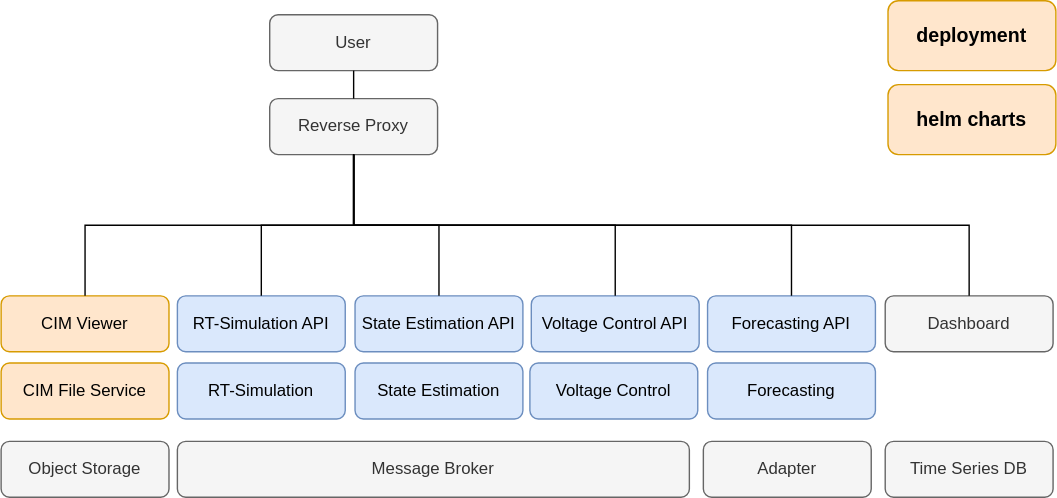
The draw.io diagram static/architecture.svg in sogno-platform/sogno-platform.github.io, before a commit. Source tidied: cells renumbered, new cells last; positions are measured from the earlier drawing's top-left corner, leaving out a move shared by most shapes.
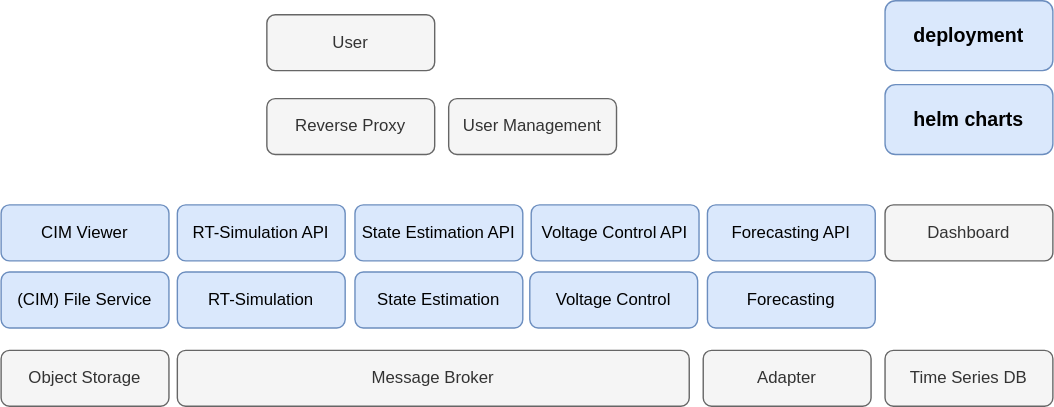
After the commit.

Commit message:
update architecture diagrams

What changed in the source:
```diff
@@ -8,16 +8,16 @@
     <mxCell id="3" value="&lt;a href=&quot;https://github.com/sogno-platform/dpsim-api&quot;&gt;RT-Simulation API&lt;/a&gt;" style="rounded=1;whiteSpace=wrap;html=1;fillColor=#dae8fc;strokeColor=#6c8ebf;" parent="1" vertex="1">
       <mxGeometry x="126" y="211" width="120" height="40" as="geometry" />
     </mxCell>
-    <mxCell id="4" value="&lt;a href=&quot;https://github.com/sogno-platform/pyvolt-service&quot;&gt;State Estimation API&lt;/a&gt;" style="rounded=1;whiteSpace=wrap;html=1;fillColor=#dae8fc;strokeColor=#6c8ebf;" parent="1" vertex="1">
+    <mxCell id="4" value="&lt;a href=&quot;https://github.com/sogno-platform/state-estimation-api&quot;&gt;State Estimation API&lt;/a&gt;" style="rounded=1;whiteSpace=wrap;html=1;fillColor=#dae8fc;strokeColor=#6c8ebf;" parent="1" vertex="1">
       <mxGeometry x="253" y="211" width="120" height="40" as="geometry" />
     </mxCell>
     <mxCell id="5" value="&lt;a href=&quot;https://github.com/sogno-platform/pyvolt&quot;&gt;State Estimation&lt;/a&gt;" style="rounded=1;whiteSpace=wrap;html=1;fillColor=#dae8fc;strokeColor=#6c8ebf;" parent="1" vertex="1">
       <mxGeometry x="253" y="259" width="120" height="40" as="geometry" />
     </mxCell>
-    <mxCell id="6" value="&lt;a href=&quot;https://github.com/sogno-platform/sogno-file-service&quot;&gt;CIM File Service&lt;/a&gt;" style="rounded=1;whiteSpace=wrap;html=1;fillColor=#ffe6cc;strokeColor=#d79b00;" parent="1" vertex="1">
+    <mxCell id="6" value="&lt;a href=&quot;https://github.com/sogno-platform/sogno-file-service&quot;&gt;(CIM) File Service&lt;/a&gt;" style="rounded=1;whiteSpace=wrap;html=1;fillColor=#dae8fc;strokeColor=#6c8ebf;" parent="1" vertex="1">
       <mxGeometry y="259" width="120" height="40" as="geometry" />
     </mxCell>
-    <mxCell id="7" value="&lt;a href=&quot;https://github.com/sogno-platform/pintura&quot;&gt;CIM Viewer&lt;/a&gt;" style="rounded=1;whiteSpace=wrap;html=1;fillColor=#ffe6cc;strokeColor=#d79b00;" parent="1" vertex="1">
+    <mxCell id="7" value="&lt;a href=&quot;https://github.com/sogno-platform/pintura&quot;&gt;CIM Viewer&lt;/a&gt;" style="rounded=1;whiteSpace=wrap;html=1;fillColor=#dae8fc;strokeColor=#6c8ebf;" parent="1" vertex="1">
       <mxGeometry y="211" width="120" height="40" as="geometry" />
     </mxCell>
     <mxCell id="8" value="Message Broker" style="rounded=1;whiteSpace=wrap;html=1;fillColor=#f5f5f5;strokeColor=#666666;fontColor=#333333;" parent="1" vertex="1">
@@ -39,31 +39,13 @@
       <mxGeometry x="378" y="259" width="120" height="40" as="geometry" />
     </mxCell>
     <mxCell id="14" value="Reverse Proxy" style="rounded=1;whiteSpace=wrap;html=1;fillColor=#f5f5f5;strokeColor=#666666;fontColor=#333333;" parent="1" vertex="1">
-      <mxGeometry x="192" y="70" width="120" height="40" as="geometry" />
+      <mxGeometry x="190" y="135" width="120" height="40" as="geometry" />
     </mxCell>
     <mxCell id="15" value="User" style="rounded=1;whiteSpace=wrap;html=1;fillColor=#f5f5f5;strokeColor=#666666;fontColor=#333333;" parent="1" vertex="1">
-      <mxGeometry x="192" y="10" width="120" height="40" as="geometry" />
+      <mxGeometry x="190" y="75" width="120" height="40" as="geometry" />
     </mxCell>
-    <mxCell id="16" style="endArrow=none;html=1;entryX=0.5;entryY=1;entryDx=0;entryDy=0;exitX=0.5;exitY=0;exitDx=0;exitDy=0;edgeStyle=orthogonalEdgeStyle;rounded=0;" parent="1" edge="1" source="3" target="14">
-      <mxGeometry relative="1" as="geometry" />
-    </mxCell>
-    <mxCell id="17" style="endArrow=none;html=1;entryX=0.5;entryY=1;entryDx=0;entryDy=0;exitX=0.5;exitY=0;exitDx=0;exitDy=0;edgeStyle=orthogonalEdgeStyle;rounded=0;" parent="1" edge="1" source="4" target="14">
-      <mxGeometry relative="1" as="geometry" />
-    </mxCell>
-    <mxCell id="18" style="endArrow=none;html=1;entryX=0.5;entryY=1;entryDx=0;entryDy=0;exitX=0.5;exitY=0;exitDx=0;exitDy=0;edgeStyle=orthogonalEdgeStyle;rounded=0;" parent="1" edge="1" source="12" target="14">
-      <mxGeometry relative="1" as="geometry" />
-    </mxCell>
-    <mxCell id="19" style="endArrow=none;html=1;entryX=0.5;entryY=1;entryDx=0;entryDy=0;exitX=0.5;exitY=0;exitDx=0;exitDy=0;edgeStyle=orthogonalEdgeStyle;rounded=0;" parent="1" edge="1" source="7" target="14">
-      <mxGeometry relative="1" as="geometry" />
-    </mxCell>
-    <mxCell id="20" style="endArrow=none;html=1;entryX=0.5;entryY=1;entryDx=0;entryDy=0;exitX=0.5;exitY=0;exitDx=0;exitDy=0;edgeStyle=orthogonalEdgeStyle;rounded=0;" parent="1" edge="1" source="11" target="14">
-      <mxGeometry relative="1" as="geometry" />
-    </mxCell>
-    <mxCell id="21" style="endArrow=none;html=1;entryX=0.5;entryY=1;entryDx=0;entryDy=0;exitX=0.5;exitY=0;exitDx=0;exitDy=0;" parent="1" edge="1" source="14" target="15">
-      <mxGeometry relative="1" as="geometry" />
-    </mxCell>
-    <mxCell id="22" value="&lt;a href=&quot;https://github.com/sogno-platform/helm-charts&quot;&gt;helm charts&lt;/a&gt;" style="rounded=1;whiteSpace=wrap;html=1;fillColor=#ffe6cc;strokeColor=#d79b00;fontSize=14;fontStyle=1;" parent="1" vertex="1">
-      <mxGeometry x="634" y="60" width="120" height="50" as="geometry" />
+    <mxCell id="22" value="&lt;a href=&quot;https://github.com/sogno-platform/helm-charts&quot;&gt;helm charts&lt;/a&gt;" style="rounded=1;whiteSpace=wrap;html=1;fillColor=#dae8fc;strokeColor=#6c8ebf;fontSize=14;fontStyle=1;" parent="1" vertex="1">
+      <mxGeometry x="632" y="125" width="120" height="50" as="geometry" />
     </mxCell>
     <mxCell id="23" value="&lt;a href=&quot;https://github.com/sogno-platform/openstef-api&quot;&gt;Forecasting API&lt;/a&gt;" style="rounded=1;whiteSpace=wrap;html=1;fillColor=#dae8fc;strokeColor=#6c8ebf;" parent="1" vertex="1">
       <mxGeometry x="505" y="211" width="120" height="40" as="geometry" />
@@ -71,14 +53,14 @@
     <mxCell id="24" value="&lt;a href=&quot;https://github.com/sogno-platform/proloaf&quot;&gt;Forecasting&lt;/a&gt;" style="rounded=1;whiteSpace=wrap;html=1;fillColor=#dae8fc;strokeColor=#6c8ebf;" parent="1" vertex="1">
       <mxGeometry x="505" y="259" width="120" height="40" as="geometry" />
     </mxCell>
-    <mxCell id="25" value="&lt;a href=&quot;https://github.com/sogno-platform/example-deployments&quot;&gt;deployment&lt;/a&gt;" style="rounded=1;whiteSpace=wrap;html=1;fillColor=#ffe6cc;strokeColor=#d79b00;fontSize=14;fontStyle=1;" parent="1" vertex="1">
-      <mxGeometry x="634" width="120" height="50" as="geometry" />
+    <mxCell id="25" value="&lt;a href=&quot;https://github.com/sogno-platform/example-deployments&quot;&gt;deployment&lt;/a&gt;" style="rounded=1;whiteSpace=wrap;html=1;fillColor=#dae8fc;strokeColor=#6c8ebf;fontSize=14;fontStyle=1;" parent="1" vertex="1">
+      <mxGeometry x="632" y="65" width="120" height="50" as="geometry" />
     </mxCell>
     <mxCell id="26" value="Object Storage" style="rounded=1;whiteSpace=wrap;html=1;fillColor=#f5f5f5;strokeColor=#666666;fontColor=#333333;" parent="1" vertex="1">
       <mxGeometry y="315" width="120" height="40" as="geometry" />
     </mxCell>
-    <mxCell id="27" style="endArrow=none;html=1;entryX=0.5;entryY=1;entryDx=0;entryDy=0;exitX=0.5;exitY=0;exitDx=0;exitDy=0;edgeStyle=orthogonalEdgeStyle;rounded=0;" parent="1" edge="1" source="23" target="14">
-      <mxGeometry relative="1" as="geometry" />
-    </mxCell>
+    <mxCell id="28" value="User Management" style="rounded=1;whiteSpace=wrap;html=1;fillColor=#f5f5f5;strokeColor=#666666;fontColor=#333333;" parent="1" vertex="1">
+      <mxGeometry x="320" y="135" width="120" height="40" as="geometry" />
+    </mxCell>
   </root>
 </mxGraphModel>
```
